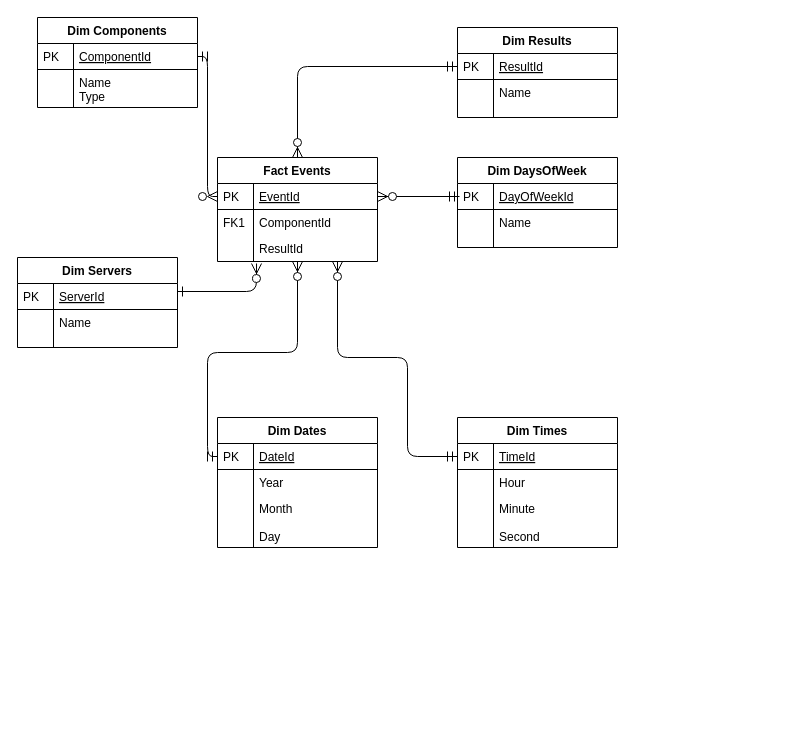
Above: diagram.drawio in norand/azure_week4 (draw.io), before the change. Source tidied: cells renumbered, new cells numbered last; positions are measured from the earlier drawing's top-left corner, leaving out a move shared by most shapes. Both pictures are drawn from the tidied source at 100%, with x=0, y=0 at pixel (17, 17).
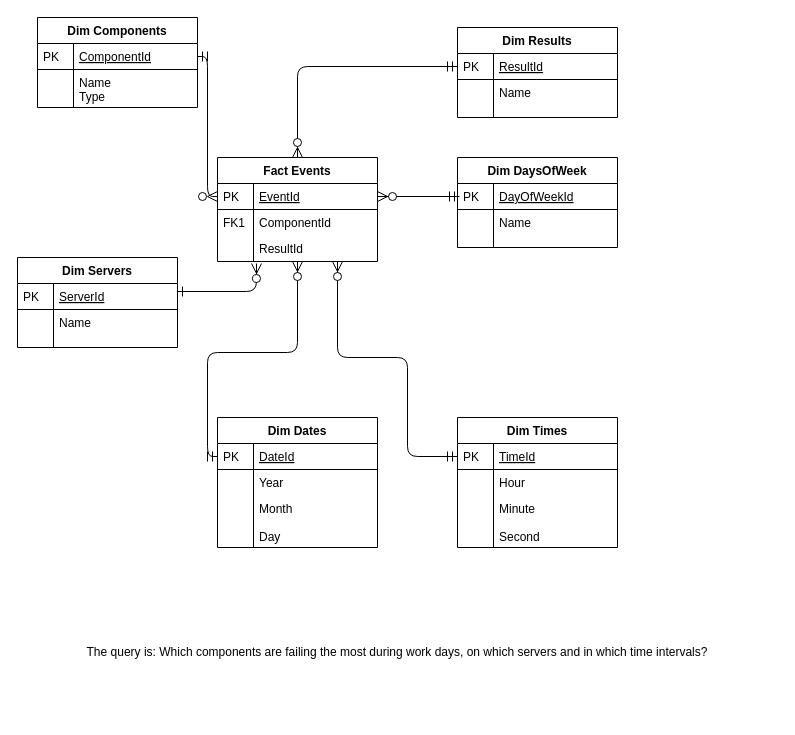
After the change.

What changed in the source:
```diff
@@
+    <mxCell id="49" value="The query is: Which components are failing the most during work days, on which servers and in which time intervals?" style="text;html=1;strokeColor=none;fillColor=none;align=center;verticalAlign=middle;whiteSpace=wrap;rounded=0;" parent="1" vertex="1">
+      <mxGeometry y="570" width="760" height="130" as="geometry" />
+    </mxCell>
```
